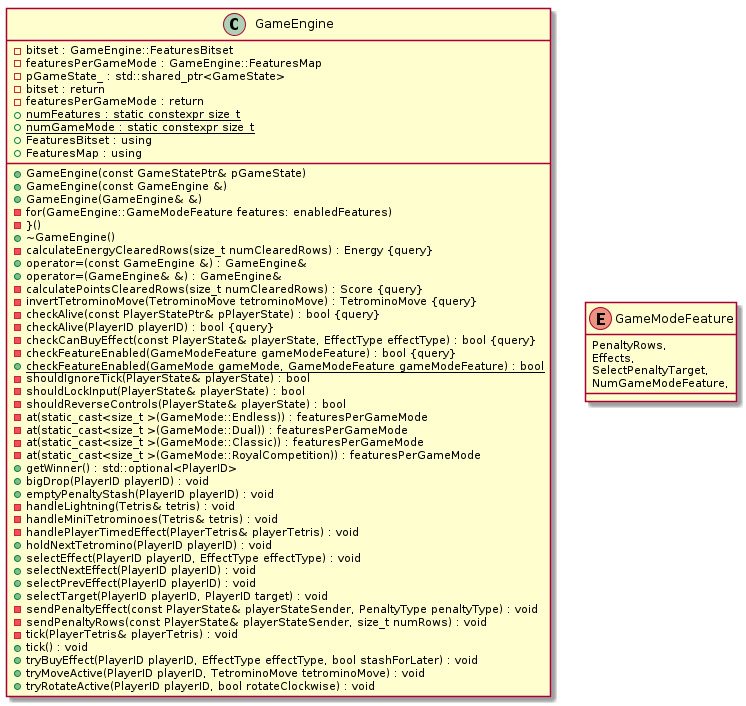
Earlier version of the PlantUML export res/uml/class/GameEngineClass.png (ulb-info2-group5/Royal-Blocks). Its source is kept beside it as doc/uml/class/game/tetris_royal_lib/GameEngineClass.plantuml. The source it was exported from:
```plantuml
@startuml GameEngineClass

class GameEngine {
	+GameEngine(const GameStatePtr& pGameState)
	+GameEngine(const GameEngine &)
	+GameEngine(GameEngine& &)
	-for(GameEngine::GameModeFeature features: enabledFeatures)
	-}()
	+~GameEngine()
	-calculateEnergyClearedRows(size_t numClearedRows) : Energy {query}
	+operator=(const GameEngine &) : GameEngine&
	+operator=(GameEngine& &) : GameEngine&
	-bitset : GameEngine::FeaturesBitset
	-featuresPerGameMode : GameEngine::FeaturesMap
	-pGameState_ : std::shared_ptr<GameState>
	-calculatePointsClearedRows(size_t numClearedRows) : Score {query}
	-invertTetrominoMove(TetrominoMove tetrominoMove) : TetrominoMove {query}
	-checkAlive(const PlayerStatePtr& pPlayerState) : bool {query}
	-checkAlive(PlayerID playerID) : bool {query}
	-checkCanBuyEffect(const PlayerState& playerState, EffectType effectType) : bool {query}
	-checkFeatureEnabled(GameModeFeature gameModeFeature) : bool {query}
	+{static} checkFeatureEnabled(GameMode gameMode, GameModeFeature gameModeFeature) : bool
	-shouldIgnoreTick(PlayerState& playerState) : bool
	-shouldLockInput(PlayerState& playerState) : bool
	-shouldReverseControls(PlayerState& playerState) : bool
	-at(static_cast<size_t >(GameMode::Endless)) : featuresPerGameMode
	-at(static_cast<size_t >(GameMode::Dual)) : featuresPerGameMode
	-at(static_cast<size_t >(GameMode::Classic)) : featuresPerGameMode
	-at(static_cast<size_t >(GameMode::RoyalCompetition)) : featuresPerGameMode
	-bitset : return
	-featuresPerGameMode : return
	+{static} numFeatures : static constexpr size_t
	+{static} numGameMode : static constexpr size_t
	+getWinner() : std::optional<PlayerID>
	+FeaturesBitset : using
	+FeaturesMap : using
	+bigDrop(PlayerID playerID) : void
	+emptyPenaltyStash(PlayerID playerID) : void
	-handleLightning(Tetris& tetris) : void
	-handleMiniTetrominoes(Tetris& tetris) : void
	-handlePlayerTimedEffect(PlayerTetris& playerTetris) : void
	+holdNextTetromino(PlayerID playerID) : void
	+selectEffect(PlayerID playerID, EffectType effectType) : void
	+selectNextEffect(PlayerID playerID) : void
	+selectPrevEffect(PlayerID playerID) : void
	+selectTarget(PlayerID playerID, PlayerID target) : void
	-sendPenaltyEffect(const PlayerState& playerStateSender, PenaltyType penaltyType) : void
	-sendPenaltyRows(const PlayerState& playerStateSender, size_t numRows) : void
	-tick(PlayerTetris& playerTetris) : void
	+tick() : void
	+tryBuyEffect(PlayerID playerID, EffectType effectType, bool stashForLater) : void
	+tryMoveActive(PlayerID playerID, TetrominoMove tetrominoMove) : void
	+tryRotateActive(PlayerID playerID, bool rotateClockwise) : void
}

enum GameModeFeature{
	PenaltyRows,
    Effects,
    SelectPenaltyTarget,
    NumGameModeFeature,
}


@enduml
```
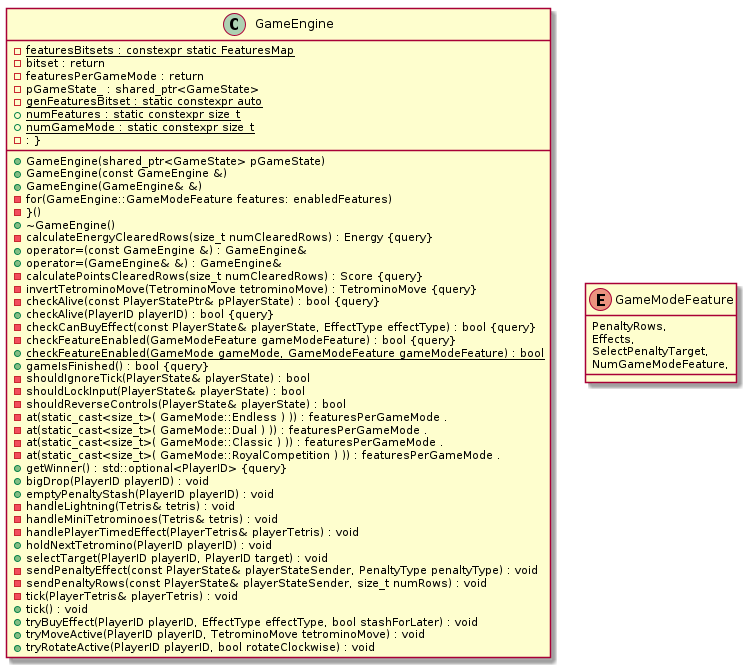
After the commit.

What changed in the source:
```diff
@@ -1,7 +1,9 @@
 @startuml GameEngineClass
 
+skinparam linetype ortho
+
 class GameEngine {
-	+GameEngine(const GameStatePtr& pGameState)
+	+GameEngine(shared_ptr<GameState> pGameState)
 	+GameEngine(const GameEngine &)
 	+GameEngine(GameEngine& &)
 	-for(GameEngine::GameModeFeature features: enabledFeatures)
@@ -10,39 +12,35 @@
 	-calculateEnergyClearedRows(size_t numClearedRows) : Energy {query}
 	+operator=(const GameEngine &) : GameEngine&
 	+operator=(GameEngine& &) : GameEngine&
-	-bitset : GameEngine::FeaturesBitset
-	-featuresPerGameMode : GameEngine::FeaturesMap
-	-pGameState_ : std::shared_ptr<GameState>
 	-calculatePointsClearedRows(size_t numClearedRows) : Score {query}
 	-invertTetrominoMove(TetrominoMove tetrominoMove) : TetrominoMove {query}
 	-checkAlive(const PlayerStatePtr& pPlayerState) : bool {query}
-	-checkAlive(PlayerID playerID) : bool {query}
+	+checkAlive(PlayerID playerID) : bool {query}
 	-checkCanBuyEffect(const PlayerState& playerState, EffectType effectType) : bool {query}
 	-checkFeatureEnabled(GameModeFeature gameModeFeature) : bool {query}
 	+{static} checkFeatureEnabled(GameMode gameMode, GameModeFeature gameModeFeature) : bool
+	+gameIsFinished() : bool {query}
 	-shouldIgnoreTick(PlayerState& playerState) : bool
 	-shouldLockInput(PlayerState& playerState) : bool
 	-shouldReverseControls(PlayerState& playerState) : bool
-	-at(static_cast<size_t >(GameMode::Endless)) : featuresPerGameMode
-	-at(static_cast<size_t >(GameMode::Dual)) : featuresPerGameMode
-	-at(static_cast<size_t >(GameMode::Classic)) : featuresPerGameMode
-	-at(static_cast<size_t >(GameMode::RoyalCompetition)) : featuresPerGameMode
+	-{static} featuresBitsets : constexpr static FeaturesMap
+	-at(static_cast<size_t>( GameMode::Endless ) )) : featuresPerGameMode .
+	-at(static_cast<size_t>( GameMode::Dual ) )) : featuresPerGameMode .
+	-at(static_cast<size_t>( GameMode::Classic ) )) : featuresPerGameMode .
+	-at(static_cast<size_t>( GameMode::RoyalCompetition ) )) : featuresPerGameMode .
 	-bitset : return
 	-featuresPerGameMode : return
+	-pGameState_ : shared_ptr<GameState>
+	-{static} genFeaturesBitset : static constexpr auto
 	+{static} numFeatures : static constexpr size_t
 	+{static} numGameMode : static constexpr size_t
-	+getWinner() : std::optional<PlayerID>
-	+FeaturesBitset : using
-	+FeaturesMap : using
+	+getWinner() : std::optional<PlayerID> {query}
 	+bigDrop(PlayerID playerID) : void
 	+emptyPenaltyStash(PlayerID playerID) : void
 	-handleLightning(Tetris& tetris) : void
 	-handleMiniTetrominoes(Tetris& tetris) : void
 	-handlePlayerTimedEffect(PlayerTetris& playerTetris) : void
 	+holdNextTetromino(PlayerID playerID) : void
-	+selectEffect(PlayerID playerID, EffectType effectType) : void
-	+selectNextEffect(PlayerID playerID) : void
-	+selectPrevEffect(PlayerID playerID) : void
 	+selectTarget(PlayerID playerID, PlayerID target) : void
 	-sendPenaltyEffect(const PlayerState& playerStateSender, PenaltyType penaltyType) : void
 	-sendPenaltyRows(const PlayerState& playerStateSender, size_t numRows) : void
@@ -51,6 +49,7 @@
 	+tryBuyEffect(PlayerID playerID, EffectType effectType, bool stashForLater) : void
 	+tryMoveActive(PlayerID playerID, TetrominoMove tetrominoMove) : void
 	+tryRotateActive(PlayerID playerID, bool rotateClockwise) : void
+	- : }
 }
 
 enum GameModeFeature{
```
